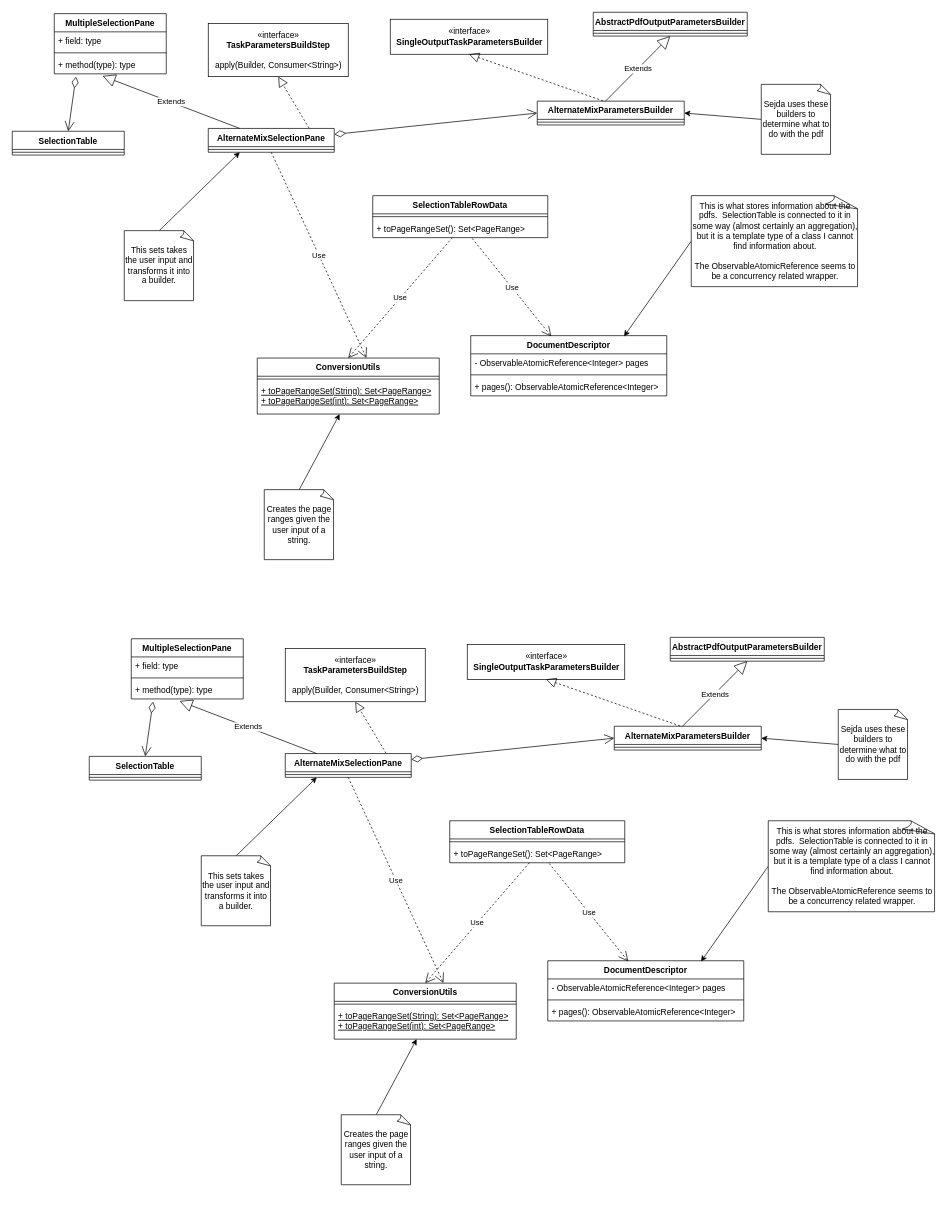
Above: Change request 3.3 class diagram.drawio in mrdragan/cs515-s19-reNo-PDFsam (draw.io), before the change. Source tidied: cells renumbered, new cells numbered last; positions are measured from the earlier drawing's top-left corner, leaving out a move shared by most shapes. Both pictures are drawn from the tidied source at 70%, with x=0, y=0 at pixel (12, 12).
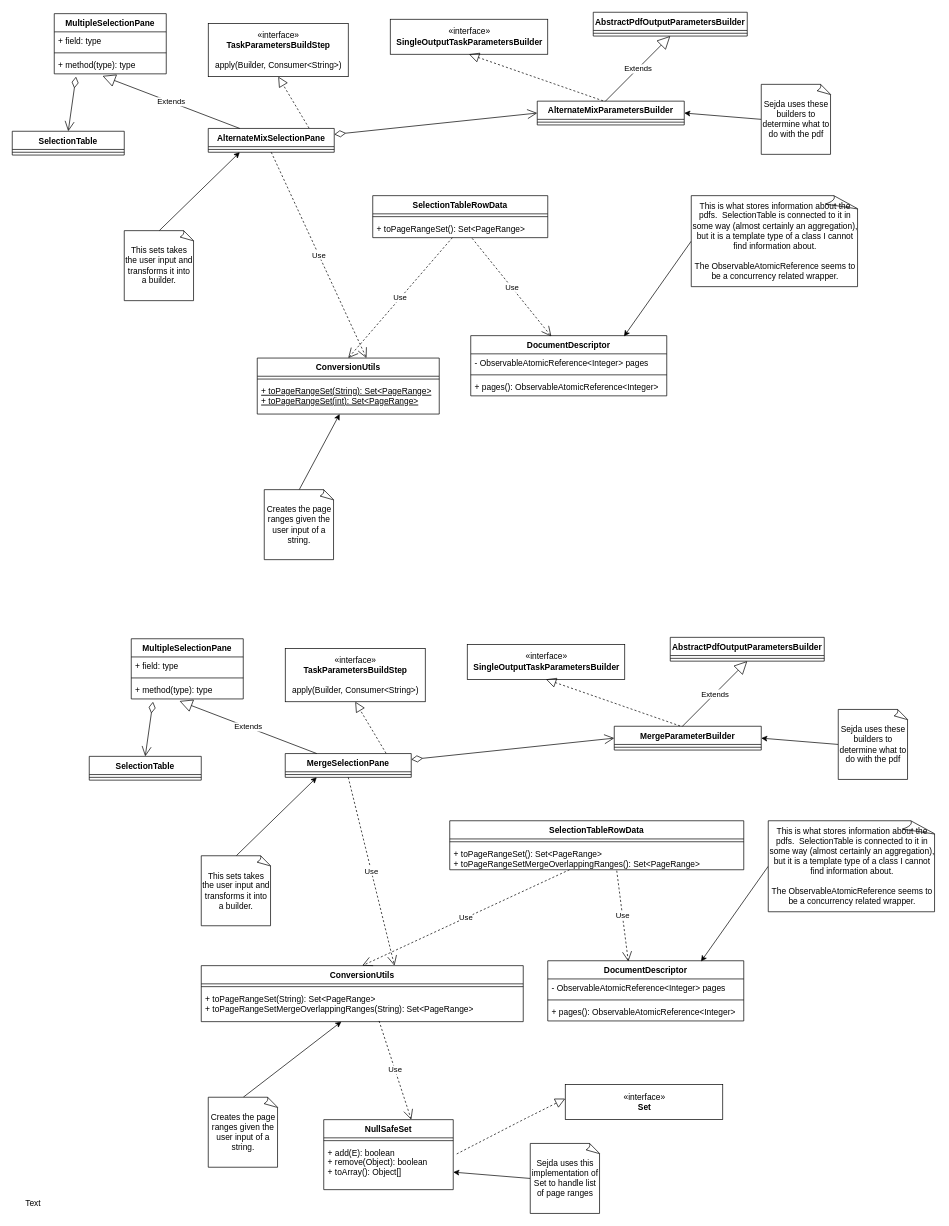
Above is the later version.

Change to the diagram source:
```diff
@@
-    <mxCell id="43" value="AlternateMixSelectionPane" style="swimlane;fontStyle=1;align=center;verticalAlign=top;horizontal=1;startSize=26;" parent="1" vertex="1">
+    <mxCell id="43" value="MergeSelectionPane" style="swimlane;fontStyle=1;align=center;verticalAlign=top;horizontal=1;startSize=26;" parent="1" vertex="1">
       <mxGeometry x="390" y="1059" width="180" height="34" as="geometry" />
     </mxCell>
@@
-    <mxCell id="49" value="AlternateMixParametersBuilder" style="swimlane;fontStyle=1;align=center;verticalAlign=top;horizontal=1;startSize=26;" parent="1" vertex="1">
+    <mxCell id="49" value="MergeParameterBuilder" style="swimlane;fontStyle=1;align=center;verticalAlign=top;horizontal=1;startSize=26;" parent="1" vertex="1">
       <mxGeometry x="860" y="1020" width="210" height="34" as="geometry" />
     </mxCell>
@@
     <mxCell id="51" value="ConversionUtils" style="swimlane;fontStyle=1;align=center;verticalAlign=top;horizontal=1;startSize=26;" parent="1" vertex="1">
-      <mxGeometry x="460" y="1387" width="260" height="80" as="geometry" />
+      <mxGeometry x="270" y="1362" width="460" height="80" as="geometry" />
     </mxCell>
     <mxCell id="52" style="line;strokeWidth=1;fillColor=none;align=left;verticalAlign=middle;spacingTop=-1;spacingLeft=3;spacingRight=3;labelPosition=right;" parent="51" vertex="1">
-      <mxGeometry y="26" width="260" height="8" as="geometry" />
+      <mxGeometry y="26" width="460" height="8" as="geometry" />
     </mxCell>
-    <mxCell id="53" value="+ toPageRangeSet(String): Set&lt;PageRange&gt;&#10;+ toPageRangeSet(int): Set&lt;PageRange&gt;&#10;" style="text;strokeColor=none;fillColor=none;align=left;verticalAlign=top;spacingLeft=4;spacingRight=4;overflow=hidden;points=[[0,0.5],[1,0.5]];portConstraint=eastwest;fontStyle=4;" parent="51" vertex="1">
-      <mxGeometry y="34" width="260" height="46" as="geometry" />
+    <mxCell id="53" value="+ toPageRangeSet(String): Set&lt;PageRange&gt;&#10;+ toPageRangeSetMergeOverlappingRanges(String): Set&lt;PageRange&gt;&#10;" style="text;strokeColor=none;fillColor=none;align=left;verticalAlign=top;spacingLeft=4;spacingRight=4;overflow=hidden;points=[[0,0.5],[1,0.5]];portConstraint=eastwest;fontStyle=0;" parent="51" vertex="1">
+      <mxGeometry y="34" width="460" height="46" as="geometry" />
     </mxCell>
@@
     <mxCell id="56" value="SelectionTableRowData" style="swimlane;fontStyle=1;align=center;verticalAlign=top;horizontal=1;startSize=26;" parent="1" vertex="1">
-      <mxGeometry x="625" y="1155" width="250" height="60" as="geometry" />
+      <mxGeometry x="625" y="1155" width="420" height="70" as="geometry" />
     </mxCell>
     <mxCell id="57" style="line;strokeWidth=1;fillColor=none;align=left;verticalAlign=middle;spacingTop=-1;spacingLeft=3;spacingRight=3;labelPosition=right;" parent="56" vertex="1">
-      <mxGeometry y="26" width="250" height="8" as="geometry" />
+      <mxGeometry y="26" width="420" height="8" as="geometry" />
     </mxCell>
-    <mxCell id="58" value="+ toPageRangeSet(): Set&lt;PageRange&gt;" style="text;strokeColor=none;fillColor=none;align=left;verticalAlign=top;spacingLeft=4;spacingRight=4;overflow=hidden;points=[[0,0.5],[1,0.5]];portConstraint=eastwest;" parent="56" vertex="1">
-      <mxGeometry y="34" width="250" height="26" as="geometry" />
+    <mxCell id="58" value="+ toPageRangeSet(): Set&lt;PageRange&gt;&#10;+ toPageRangeSetMergeOverlappingRanges(): Set&lt;PageRange&gt;" style="text;strokeColor=none;fillColor=none;align=left;verticalAlign=top;spacingLeft=4;spacingRight=4;overflow=hidden;points=[[0,0.5],[1,0.5]];portConstraint=eastwest;" parent="56" vertex="1">
+      <mxGeometry y="34" width="420" height="36" as="geometry" />
     </mxCell>
@@
     <mxCell id="83" value="Creates the page ranges given the user input of a string." style="whiteSpace=wrap;html=1;shape=mxgraph.basic.document;fontColor=none;" parent="1" vertex="1">
-      <mxGeometry x="470" y="1575" width="100" height="100" as="geometry" />
+      <mxGeometry x="280" y="1550" width="100" height="100" as="geometry" />
     </mxCell>
+    <mxCell id="84" value="Text" style="text;html=1;strokeColor=none;fillColor=none;align=center;verticalAlign=middle;whiteSpace=wrap;rounded=0;" parent="1" vertex="1">
+      <mxGeometry x="10" y="1692" width="40" height="20" as="geometry" />
+    </mxCell>
+    <mxCell id="85" value="Use" style="endArrow=open;endSize=12;dashed=1;html=1;exitX=0.5;exitY=1;exitDx=0;exitDy=0;" parent="1" edge="1">
+      <mxGeometry relative="1" as="geometry">
+        <mxPoint x="524" y="1441" as="sourcePoint" />
+        <mxPoint x="570" y="1582" as="targetPoint" />
+      </mxGeometry>
+    </mxCell>
+    <mxCell id="86" value="NullSafeSet" style="swimlane;fontStyle=1;align=center;verticalAlign=top;horizontal=1;startSize=26;" parent="1" vertex="1">
+      <mxGeometry x="445" y="1582" width="185" height="100" as="geometry" />
+    </mxCell>
+    <mxCell id="87" style="line;strokeWidth=1;fillColor=none;align=left;verticalAlign=middle;spacingTop=-1;spacingLeft=3;spacingRight=3;labelPosition=right;" parent="86" vertex="1">
+      <mxGeometry y="26" width="185" height="8" as="geometry" />
+    </mxCell>
+    <mxCell id="88" value="+ add(E): boolean&#10;+ remove(Object): boolean&#10;+ toArray(): Object[]&#10;&#10;" style="text;strokeColor=none;fillColor=none;align=left;verticalAlign=top;spacingLeft=4;spacingRight=4;overflow=hidden;points=[[0,0.5],[1,0.5]];portConstraint=eastwest;fontStyle=0;" parent="86" vertex="1">
+      <mxGeometry y="34" width="185" height="66" as="geometry" />
+    </mxCell>
+    <mxCell id="89" style="endArrow=block;dashed=1;endFill=0;endSize=12;html=1;exitX=1.027;exitY=0.227;exitDx=0;exitDy=0;exitPerimeter=0;" parent="1" edge="1" source="88">
+      <mxGeometry relative="1" as="geometry">
+        <mxPoint x="790" y="1552" as="targetPoint" />
+        <Array as="points">
+          <mxPoint x="730" y="1582" />
+        </Array>
+      </mxGeometry>
+    </mxCell>
+    <mxCell id="90" value="«interface»&lt;br&gt;&lt;b&gt;Set&lt;/b&gt;" style="html=1;" parent="1" vertex="1">
+      <mxGeometry x="790" y="1532" width="225" height="50" as="geometry" />
+    </mxCell>
+    <mxCell id="91" style="edgeStyle=none;rounded=0;jettySize=auto;html=1;exitX=0;exitY=0.5;exitDx=0;exitDy=0;exitPerimeter=0;entryX=1;entryY=0.5;entryDx=0;entryDy=0;fontColor=none;" parent="1" edge="1" source="92">
+      <mxGeometry relative="1" as="geometry">
+        <mxPoint x="630" y="1657" as="targetPoint" />
+      </mxGeometry>
+    </mxCell>
+    <mxCell id="92" value="Sejda uses this implementation of Set to handle list of page ranges" style="whiteSpace=wrap;html=1;shape=mxgraph.basic.document;fontColor=none;" parent="1" vertex="1">
+      <mxGeometry x="740" y="1616" width="100" height="100" as="geometry" />
+    </mxCell>
```
